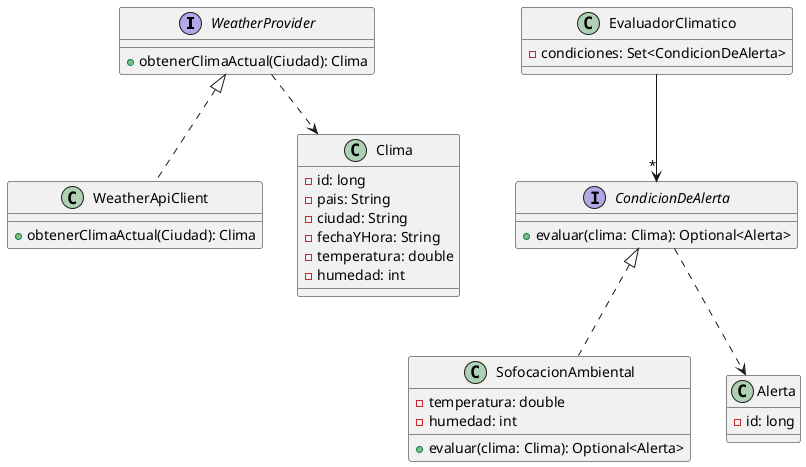
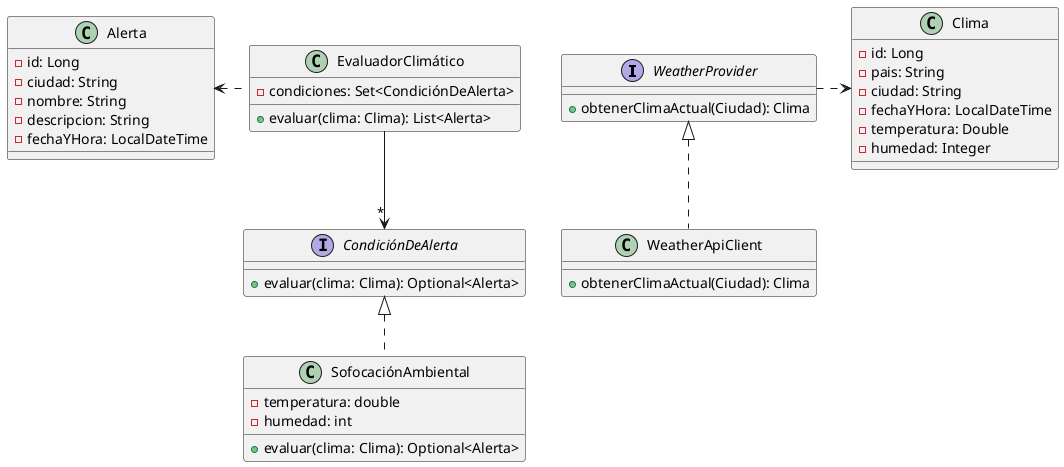
@startuml

interface WeatherProvider {
    + obtenerClimaActual(Ciudad): Clima
}

class WeatherApiClient implements WeatherProvider {
    + obtenerClimaActual(Ciudad): Clima
}

- class EvaluadorClimatico {
-     - condiciones: Set<CondicionDeAlerta>
+ class EvaluadorClimático {
+     - condiciones: Set<CondiciónDeAlerta>
+ 
+     + evaluar(clima: Clima): List<Alerta>
}

- interface CondicionDeAlerta {
+ interface CondiciónDeAlerta {
    + evaluar(clima: Clima): Optional<Alerta>
}

- class SofocacionAmbiental implements CondicionDeAlerta {
+ class SofocaciónAmbiental implements CondiciónDeAlerta {
    - temperatura: double
    - humedad: int

    + evaluar(clima: Clima): Optional<Alerta>
}

class Clima {
-     - id: long
+     - id: Long
    - pais: String
    - ciudad: String
-     - fechaYHora: String
-     - temperatura: double
-     - humedad: int
+     - fechaYHora: LocalDateTime
+     - temperatura: Double
+     - humedad: Integer
}

class Alerta {
-     - id: long
+     - id: Long
+     - ciudad: String
+     - nombre: String
+     - descripcion: String
+     - fechaYHora: LocalDateTime
}

- EvaluadorClimatico --> "*" CondicionDeAlerta
- WeatherProvider ..> Clima
- CondicionDeAlerta ..> Alerta
+ 
+ 
+ EvaluadorClimático --> "*" CondiciónDeAlerta
+ EvaluadorClimático ..left> Alerta
+ WeatherProvider ..right> Clima
+ 
@enduml